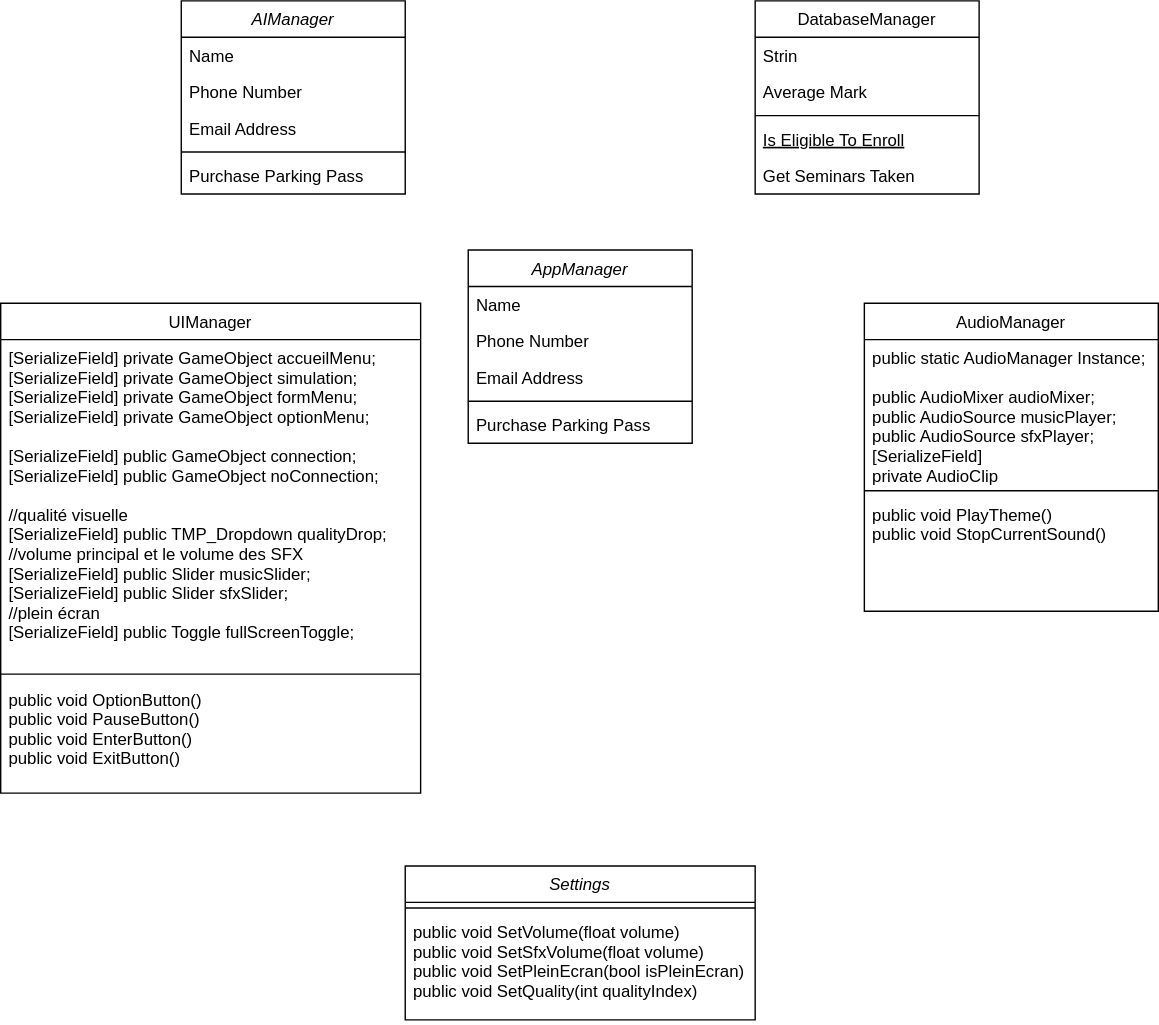
Before: Stage.drawio.svg, a diagram exported from draw.io (Ashura100/ProjetStage). Source tidied: cells renumbered, new cells last; positions are measured from the earlier drawing's top-left corner, leaving out a move shared by most shapes.
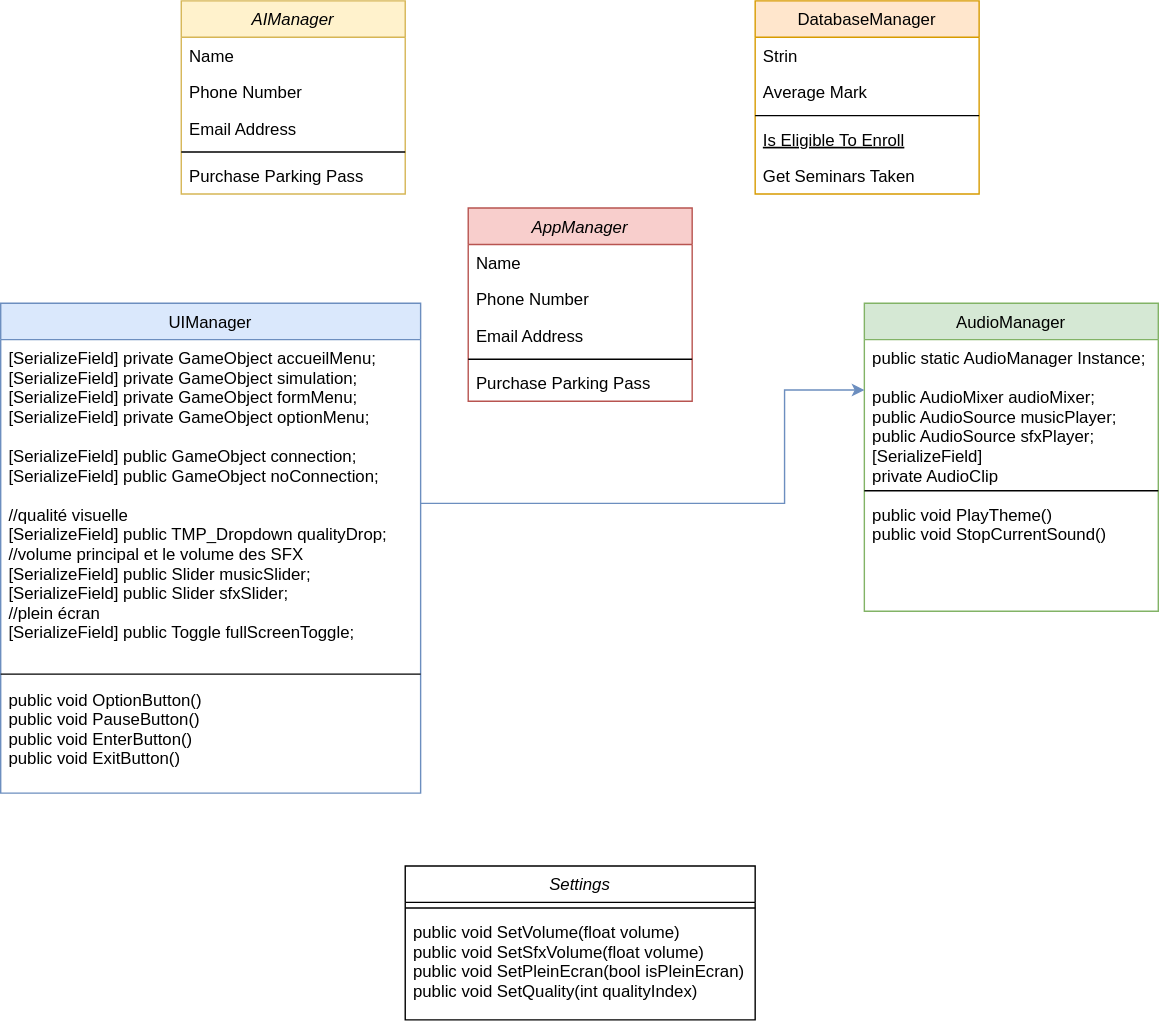
Above is the later version.

Commit message:
Mettre à jour Stage.drawio.svg

What changed in the source:
```diff
@@ -11,7 +11,7 @@
     <mxCell id="4" value="public void SetVolume(float volume)&#10;public void SetSfxVolume(float volume)&#10;public void SetPleinEcran(bool isPleinEcran)&#10;public void SetQuality(int qualityIndex)" style="text;align=left;verticalAlign=top;spacingLeft=4;spacingRight=4;overflow=hidden;" parent="2" vertex="1">
       <mxGeometry y="34" width="250" height="76" as="geometry" />
     </mxCell>
-    <mxCell id="5" value="DatabaseManager" style="swimlane;fontStyle=0;align=center;verticalAlign=top;horizontal=1;startSize=26;rounded=0;shadow=0;strokeWidth=1;" parent="1" vertex="1">
+    <mxCell id="5" value="DatabaseManager" style="swimlane;fontStyle=0;align=center;verticalAlign=top;horizontal=1;startSize=26;rounded=0;shadow=0;strokeWidth=1;fillColor=#ffe6cc;strokeColor=#d79b00;" parent="1" vertex="1">
       <mxGeometry x="539" width="160" height="138" as="geometry" />
     </mxCell>
     <mxCell id="6" value="Strin" style="text;align=left;verticalAlign=top;spacingLeft=4;spacingRight=4;overflow=hidden;" parent="5" vertex="1">
@@ -29,7 +29,7 @@
     <mxCell id="10" value="Get Seminars Taken" style="text;align=left;verticalAlign=top;spacingLeft=4;spacingRight=4;overflow=hidden;" parent="5" vertex="1">
       <mxGeometry y="112" width="160" height="26" as="geometry" />
     </mxCell>
-    <mxCell id="11" value="UIManager" style="swimlane;fontStyle=0;align=center;verticalAlign=top;horizontal=1;startSize=26;rounded=0;shadow=0;strokeWidth=1;" parent="1" vertex="1">
+    <mxCell id="11" value="UIManager" style="swimlane;fontStyle=0;align=center;verticalAlign=top;horizontal=1;startSize=26;rounded=0;shadow=0;strokeWidth=1;fillColor=#dae8fc;strokeColor=#6c8ebf;" parent="1" vertex="1">
       <mxGeometry y="216" width="300" height="350" as="geometry" />
     </mxCell>
     <mxCell id="12" value="[SerializeField] private GameObject accueilMenu;&#10;[SerializeField] private GameObject simulation;&#10;[SerializeField] private GameObject formMenu;&#10;[SerializeField] private GameObject optionMenu;&#10;&#10;[SerializeField] public GameObject connection;&#10;[SerializeField] public GameObject noConnection;&#10;&#10;//qualité visuelle&#10;[SerializeField] public TMP_Dropdown qualityDrop;&#10;//volume principal et le volume des SFX&#10;[SerializeField] public Slider musicSlider;&#10;[SerializeField] public Slider sfxSlider;&#10;//plein écran&#10;[SerializeField] public Toggle fullScreenToggle;" style="text;align=left;verticalAlign=top;spacingLeft=4;spacingRight=4;overflow=hidden;points=[[0,0.5],[1,0.5]];portConstraint=eastwest;" parent="11" vertex="1">
@@ -41,7 +41,7 @@
     <mxCell id="14" value="public void OptionButton()&#10;public void PauseButton()&#10;public void EnterButton()&#10;public void ExitButton()" style="text;align=left;verticalAlign=top;spacingLeft=4;spacingRight=4;overflow=hidden;" parent="11" vertex="1">
       <mxGeometry y="270" width="300" height="80" as="geometry" />
     </mxCell>
-    <mxCell id="15" value="AudioManager" style="swimlane;fontStyle=0;align=center;verticalAlign=top;horizontal=1;startSize=26;rounded=0;shadow=0;strokeWidth=1;" parent="1" vertex="1">
+    <mxCell id="15" value="AudioManager" style="swimlane;fontStyle=0;align=center;verticalAlign=top;horizontal=1;startSize=26;rounded=0;shadow=0;strokeWidth=1;fillColor=#d5e8d4;strokeColor=#82b366;" parent="1" vertex="1">
       <mxGeometry x="617" y="216" width="210" height="220" as="geometry" />
     </mxCell>
     <mxCell id="16" value="public static AudioManager Instance;&#10;&#10;public AudioMixer audioMixer;&#10;public AudioSource musicPlayer;&#10;public AudioSource sfxPlayer;&#10;[SerializeField]&#10;private AudioClip" style="text;align=left;verticalAlign=top;spacingLeft=4;spacingRight=4;overflow=hidden;points=[[0,0.5],[1,0.5]];portConstraint=eastwest;" parent="15" vertex="1">
@@ -53,8 +53,8 @@
     <mxCell id="18" value="public void PlayTheme()&#10;public void StopCurrentSound()" style="text;align=left;verticalAlign=top;spacingLeft=4;spacingRight=4;overflow=hidden;" parent="15" vertex="1">
       <mxGeometry y="138" width="210" height="82" as="geometry" />
     </mxCell>
-    <mxCell id="19" value="AppManager" style="swimlane;fontStyle=2;align=center;verticalAlign=top;horizontal=1;startSize=26;rounded=0;shadow=0;strokeWidth=1;" parent="1" vertex="1">
-      <mxGeometry x="334" y="178" width="160" height="138" as="geometry" />
+    <mxCell id="19" value="AppManager" style="swimlane;fontStyle=2;align=center;verticalAlign=top;horizontal=1;startSize=26;rounded=0;shadow=0;strokeWidth=1;fillColor=#f8cecc;strokeColor=#b85450;" parent="1" vertex="1">
+      <mxGeometry x="334" y="148" width="160" height="138" as="geometry" />
     </mxCell>
     <mxCell id="20" value="Name" style="text;align=left;verticalAlign=top;spacingLeft=4;spacingRight=4;overflow=hidden;" parent="19" vertex="1">
       <mxGeometry y="26" width="160" height="26" as="geometry" />
@@ -71,7 +71,7 @@
     <mxCell id="24" value="Purchase Parking Pass" style="text;align=left;verticalAlign=top;spacingLeft=4;spacingRight=4;overflow=hidden;" parent="19" vertex="1">
       <mxGeometry y="112" width="160" height="26" as="geometry" />
     </mxCell>
-    <mxCell id="25" value="AIManager" style="swimlane;fontStyle=2;align=center;verticalAlign=top;horizontal=1;startSize=26;rounded=0;shadow=0;strokeWidth=1;" parent="1" vertex="1">
+    <mxCell id="25" value="AIManager" style="swimlane;fontStyle=2;align=center;verticalAlign=top;horizontal=1;startSize=26;rounded=0;shadow=0;strokeWidth=1;fillColor=#fff2cc;strokeColor=#d6b656;" parent="1" vertex="1">
       <mxGeometry x="129" width="160" height="138" as="geometry" />
     </mxCell>
     <mxCell id="26" value="Name" style="text;align=left;verticalAlign=top;spacingLeft=4;spacingRight=4;overflow=hidden;" parent="25" vertex="1">
@@ -89,5 +89,13 @@
     <mxCell id="30" value="Purchase Parking Pass" style="text;align=left;verticalAlign=top;spacingLeft=4;spacingRight=4;overflow=hidden;" parent="25" vertex="1">
       <mxGeometry y="112" width="160" height="26" as="geometry" />
     </mxCell>
+    <mxCell id="31" style="edgeStyle=orthogonalEdgeStyle;rounded=0;jettySize=auto;html=1;fillColor=#dae8fc;strokeColor=#6c8ebf;" parent="1" edge="1" source="12" target="16">
+      <mxGeometry relative="1" as="geometry">
+        <Array as="points">
+          <mxPoint x="560" y="359" />
+          <mxPoint x="560" y="278" />
+        </Array>
+      </mxGeometry>
+    </mxCell>
   </root>
 </mxGraphModel>
```
